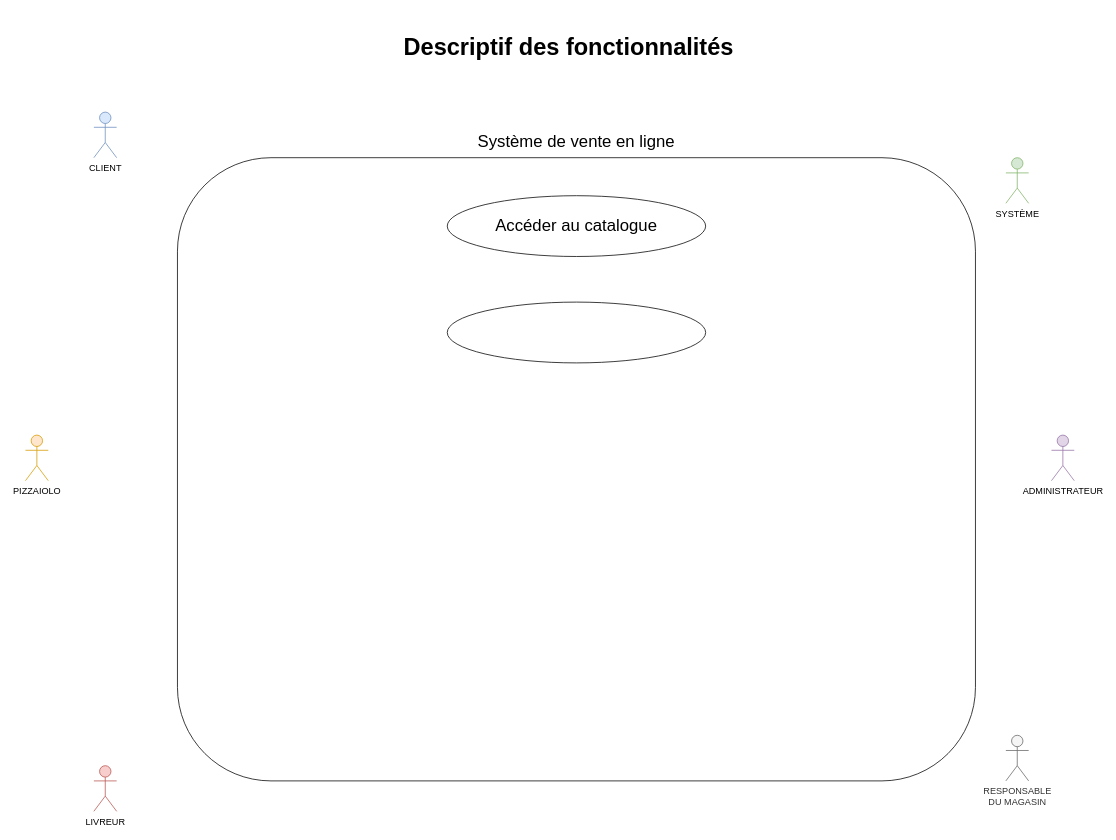
The draw.io diagram DiagrammeCas.drawio in OMorlotti/P4-analyser-les-besoin-de-mon-client-pour-son-groupe-de-pizzerias, before the edit. Source tidied: cells renumbered, new cells numbered last; positions are measured from the earlier drawing's top-left corner, leaving out a move shared by most shapes. Both pictures are drawn from the tidied source at 76%, with x=0, y=0 at pixel (25, 13).
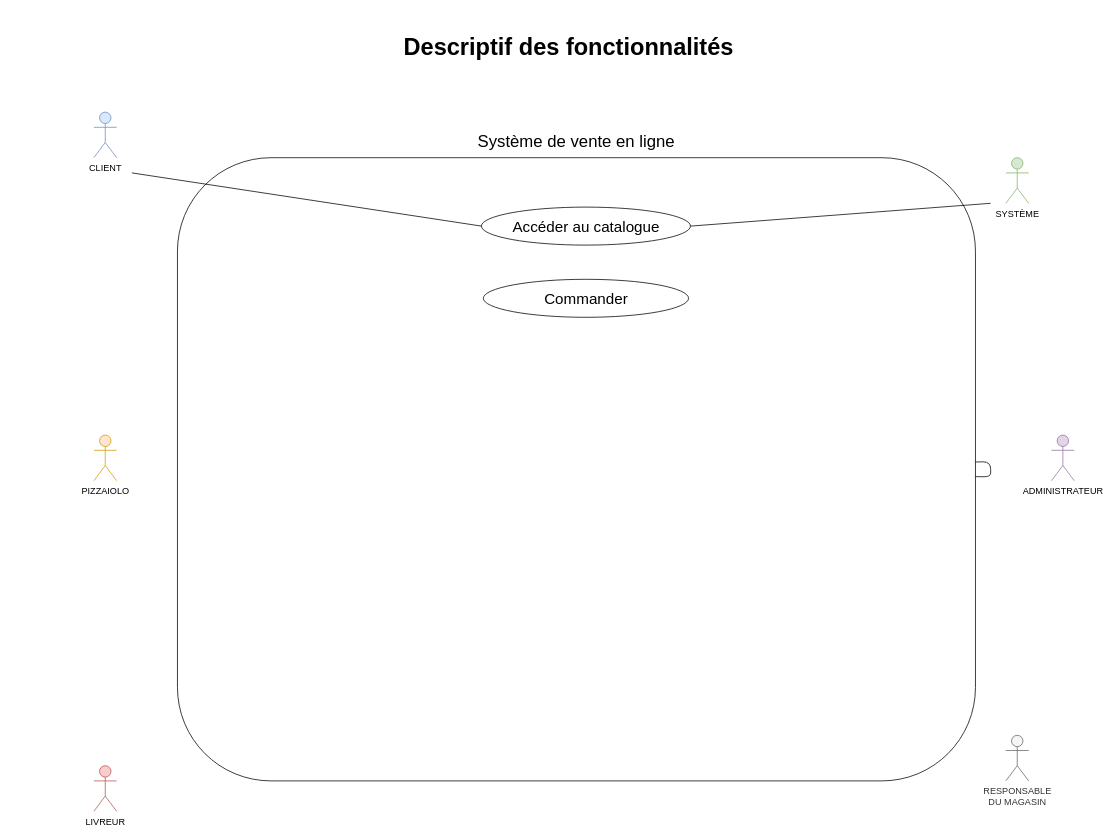
After the change.

The edit, as a diff of the source:
```diff
@@
 <mxGraphModel>
   <root>
     <mxCell id="0" />
     <mxCell id="1" parent="0" />
     <mxCell id="2" value="&lt;b&gt;&lt;font style=&quot;font-size: 31px&quot;&gt;Descriptif des fonctionnalités&lt;/font&gt;&lt;/b&gt;" style="text;html=1;strokeColor=none;fillColor=none;align=center;verticalAlign=middle;whiteSpace=wrap;rounded=0;" parent="1" vertex="1">
       <mxGeometry x="470" width="490" height="90" as="geometry" />
     </mxCell>
     <mxCell id="3" value="PIZZAIOLO" style="shape=umlActor;verticalLabelPosition=bottom;labelBackgroundColor=#ffffff;verticalAlign=top;html=1;fillColor=#ffe6cc;strokeColor=#d79b00;" parent="1" vertex="1">
-      <mxGeometry y="555" width="30" height="60" as="geometry" />
+      <mxGeometry x="90" y="555" width="30" height="60" as="geometry" />
     </mxCell>
     <mxCell id="4" value="CLIENT" style="shape=umlActor;verticalLabelPosition=bottom;labelBackgroundColor=#ffffff;verticalAlign=top;html=1;fillColor=#dae8fc;strokeColor=#6c8ebf;" parent="1" vertex="1">
       <mxGeometry x="90" y="130" width="30" height="60" as="geometry" />
     </mxCell>
     <mxCell id="5" value="SYSTÈME" style="shape=umlActor;verticalLabelPosition=bottom;labelBackgroundColor=#ffffff;verticalAlign=top;html=1;fillColor=#d5e8d4;strokeColor=#82b366;" parent="1" vertex="1">
       <mxGeometry x="1290" y="190" width="30" height="60" as="geometry" />
     </mxCell>
     <mxCell id="6" value="RESPONSABLE &lt;br&gt;DU MAGASIN" style="shape=umlActor;verticalLabelPosition=bottom;labelBackgroundColor=#ffffff;verticalAlign=top;html=1;fillColor=#f5f5f5;strokeColor=#666666;fontColor=#333333;" parent="1" vertex="1">
       <mxGeometry x="1290" y="950" width="30" height="60" as="geometry" />
     </mxCell>
     <mxCell id="7" value="LIVREUR" style="shape=umlActor;verticalLabelPosition=bottom;labelBackgroundColor=#ffffff;verticalAlign=top;html=1;fillColor=#f8cecc;strokeColor=#b85450;" parent="1" vertex="1">
       <mxGeometry x="90" y="990" width="30" height="60" as="geometry" />
     </mxCell>
     <mxCell id="8" value="ADMINISTRATEUR" style="shape=umlActor;verticalLabelPosition=bottom;labelBackgroundColor=#ffffff;verticalAlign=top;html=1;fillColor=#e1d5e7;strokeColor=#9673a6;" parent="1" vertex="1">
       <mxGeometry x="1350" y="555" width="30" height="60" as="geometry" />
     </mxCell>
     <mxCell id="9" style="rounded=1;whiteSpace=wrap;html=1;" parent="1" vertex="1">
       <mxGeometry x="200" y="190" width="1050" height="820" as="geometry" />
     </mxCell>
     <mxCell id="10" value="&lt;font style=&quot;font-size: 22px&quot;&gt;Système de vente en ligne&lt;/font&gt;" style="text;html=1;strokeColor=none;fillColor=none;align=center;verticalAlign=middle;whiteSpace=wrap;rounded=0;" parent="1" vertex="1">
       <mxGeometry x="505" y="140" width="440" height="60" as="geometry" />
     </mxCell>
     <mxCell id="11" style="ellipse;whiteSpace=wrap;html=1;" parent="1" vertex="1">
-      <mxGeometry x="555" y="240" width="340" height="80" as="geometry" />
+      <mxGeometry x="600" y="255" width="275" height="50" as="geometry" />
     </mxCell>
-    <mxCell id="12" value="&lt;font style=&quot;font-size: 22px&quot;&gt;Accéder au catalogue&lt;/font&gt;" style="text;html=1;strokeColor=none;fillColor=none;align=center;verticalAlign=middle;whiteSpace=wrap;rounded=0;" parent="1" vertex="1">
-      <mxGeometry x="610" y="270" width="230" height="20" as="geometry" />
+    <mxCell id="12" value="&lt;font style=&quot;font-size: 20px&quot;&gt;Accéder au catalogue&lt;/font&gt;" style="text;html=1;strokeColor=none;fillColor=none;align=center;verticalAlign=middle;whiteSpace=wrap;rounded=0;" parent="1" vertex="1">
+      <mxGeometry x="622.5" y="270" width="230" height="20" as="geometry" />
     </mxCell>
-    <mxCell id="13" style="ellipse;whiteSpace=wrap;html=1;" parent="1" vertex="1">
-      <mxGeometry x="555" y="380" width="340" height="80" as="geometry" />
-    </mxCell>
+    <mxCell id="14" style="endArrow=none;html=1;exitX=0;exitY=0.5;exitDx=0;exitDy=0;" parent="1" edge="1" source="11">
+      <mxGeometry relative="1" as="geometry">
+        <mxPoint x="140" y="210" as="targetPoint" />
+      </mxGeometry>
+    </mxCell>
+    <mxCell id="15" style="endArrow=none;html=1;exitX=1;exitY=0.5;exitDx=0;exitDy=0;" parent="1" edge="1" source="11">
+      <mxGeometry relative="1" as="geometry">
+        <mxPoint x="1270" y="250" as="targetPoint" />
+      </mxGeometry>
+    </mxCell>
+    <mxCell id="16" value="&lt;font style=&quot;font-size: 20px&quot;&gt;Commander&lt;/font&gt;" style="ellipse;whiteSpace=wrap;html=1;" parent="1" vertex="1">
+      <mxGeometry x="602.5" y="350" width="270" height="50" as="geometry" />
+    </mxCell>
+    <mxCell id="17" style="endArrow=none;html=1;" parent="1" edge="1" source="9" target="9">
+      <mxGeometry relative="1" as="geometry" />
+    </mxCell>
   </root>
 </mxGraphModel>
```
